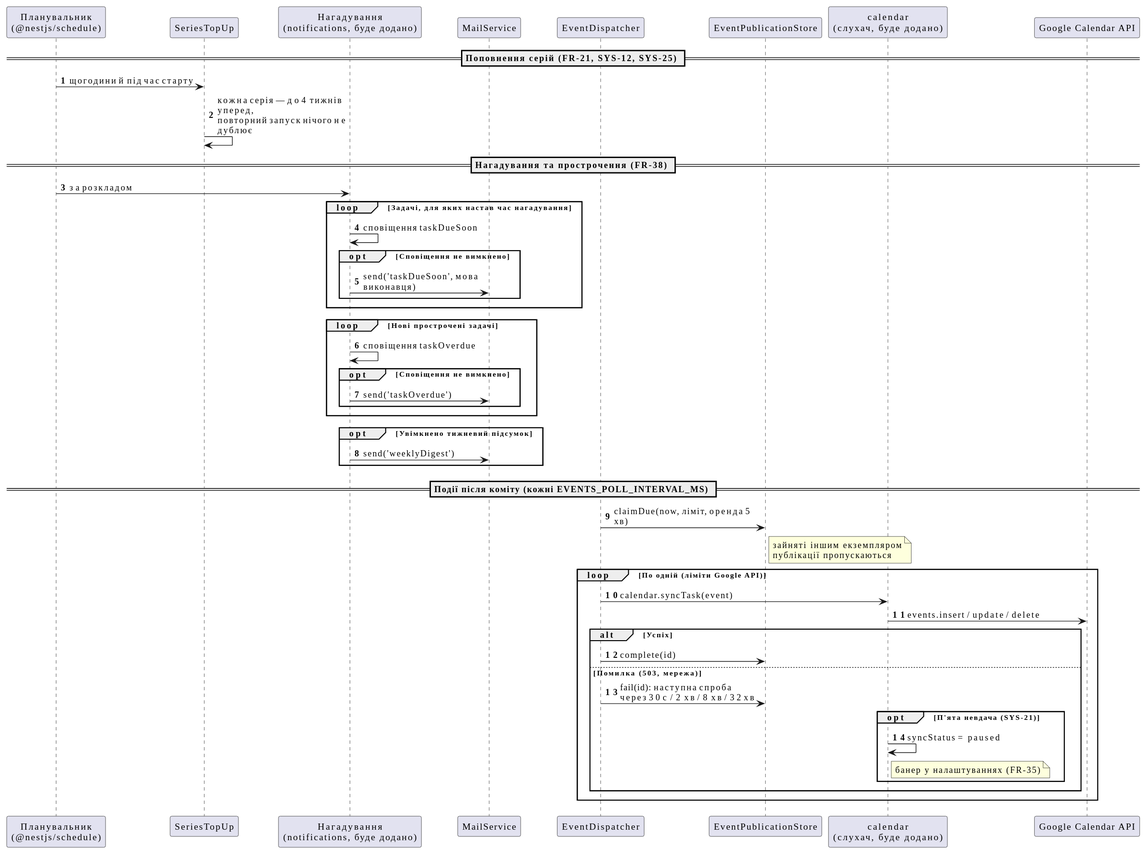
This is docs/diagrams/sequence/svg/sd-4-reminders-and-sync.svg from mzabrodin/Errandly, a PlantUML export, as it was before one commit. Source of this version:
```plantuml
@startuml
skinparam shadowing false
skinparam defaultFontName "Inter, Segoe UI, Arial"
skinparam maxMessageSize 220
skinparam ResponseMessageBelowArrow true
autonumber

participant "Планувальник\n(@nestjs/schedule)" as Cron
participant "SeriesTopUp" as TopUp
participant "Нагадування\n(notifications, буде додано)" as Reminders
participant "MailService" as Mail
participant "EventDispatcher" as Disp
participant "EventPublicationStore" as Store
participant "calendar\n(слухач, буде додано)" as Cal
participant "Google Calendar API" as Google

== Поповнення серій (FR-21, SYS-12, SYS-25) ==
Cron -> TopUp : щогодини й під час старту
TopUp -> TopUp : кожна серія — до 4 тижнів уперед,\nповторний запуск нічого не дублює

== Нагадування та прострочення (FR-38) ==
Cron -> Reminders : за розкладом
loop Задачі, для яких настав час нагадування
  Reminders -> Reminders : сповіщення taskDueSoon
  opt Сповіщення не вимкнено
    Reminders -> Mail : send('taskDueSoon', мова виконавця)
  end
end
loop Нові прострочені задачі
  Reminders -> Reminders : сповіщення taskOverdue
  opt Сповіщення не вимкнено
    Reminders -> Mail : send('taskOverdue')
  end
end
opt Увімкнено тижневий підсумок
  Reminders -> Mail : send('weeklyDigest')
end

== Події після коміту (кожні EVENTS_POLL_INTERVAL_MS) ==
Disp -> Store : claimDue(now, ліміт, оренда 5 хв)
note right of Store : зайняті іншим екземпляром\nпублікації пропускаються
loop По одній (ліміти Google API)
  Disp -> Cal : calendar.syncTask(event)
  Cal -> Google : events.insert / update / delete
  alt Успіх
    Disp -> Store : complete(id)
  else Помилка (503, мережа)
    Disp -> Store : fail(id): наступна спроба\nчерез 30 с / 2 хв / 8 хв / 32 хв
    opt П'ята невдача (SYS-21)
      Cal -> Cal : syncStatus = paused
      note right of Cal : банер у налаштуваннях (FR-35)
    end
  end
end
@enduml
```
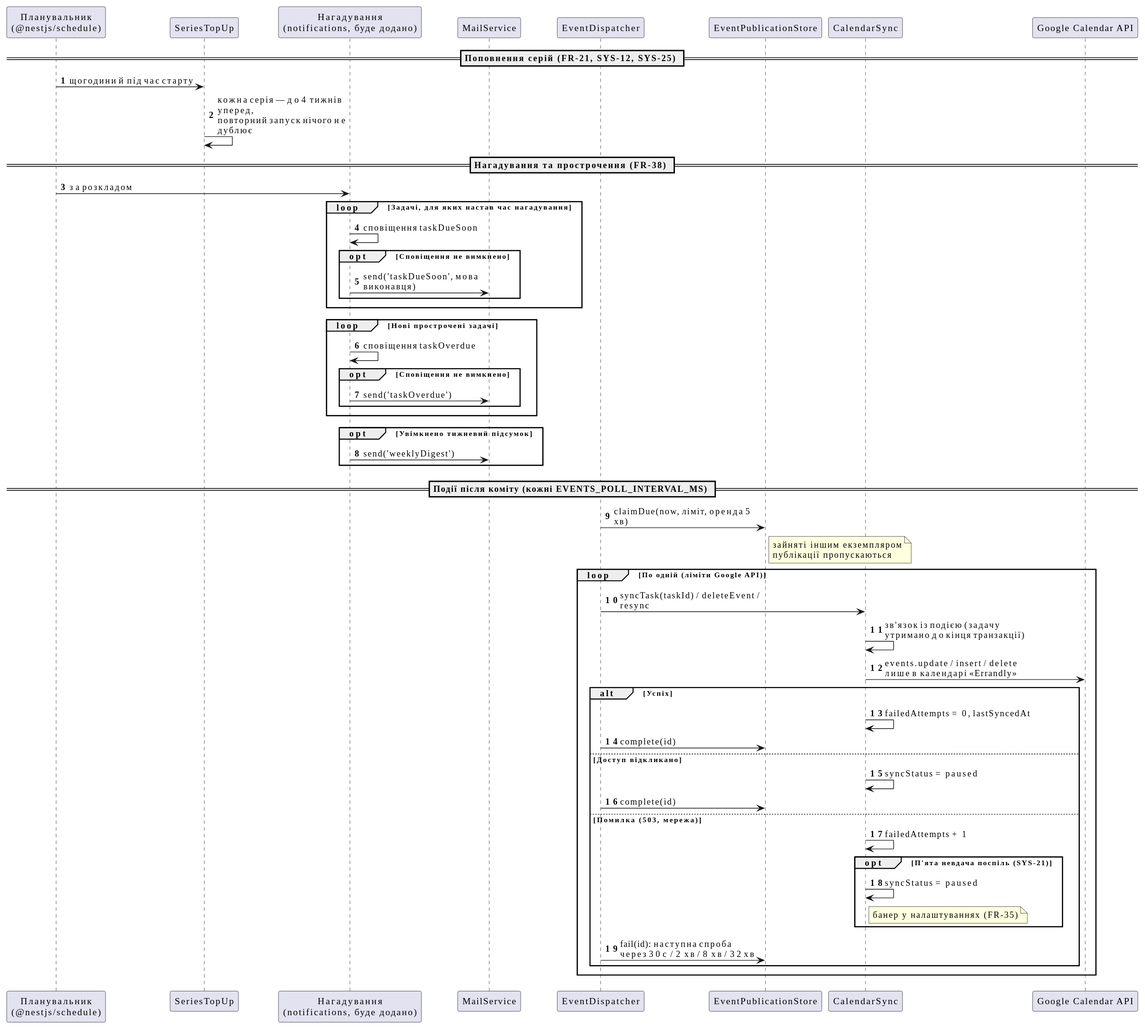
After the commit.

Change to the diagram source:
```diff
@@ -11,7 +11,7 @@
 participant "MailService" as Mail
 participant "EventDispatcher" as Disp
 participant "EventPublicationStore" as Store
-participant "calendar\n(слухач, буде додано)" as Cal
+participant "CalendarSync" as Cal
 participant "Google Calendar API" as Google
 
 == Поповнення серій (FR-21, SYS-12, SYS-25) ==
@@ -40,16 +40,22 @@
 Disp -> Store : claimDue(now, ліміт, оренда 5 хв)
 note right of Store : зайняті іншим екземпляром\nпублікації пропускаються
 loop По одній (ліміти Google API)
-  Disp -> Cal : calendar.syncTask(event)
-  Cal -> Google : events.insert / update / delete
+  Disp -> Cal : syncTask(taskId) / deleteEvent / resync
+  Cal -> Cal : зв'язок із подією (задачу утримано до кінця транзакції)
+  Cal -> Google : events.update / insert / delete\nлише в календарі «Errandly»
   alt Успіх
+    Cal -> Cal : failedAttempts = 0, lastSyncedAt
+    Disp -> Store : complete(id)
+  else Доступ відкликано
+    Cal -> Cal : syncStatus = paused
     Disp -> Store : complete(id)
   else Помилка (503, мережа)
-    Disp -> Store : fail(id): наступна спроба\nчерез 30 с / 2 хв / 8 хв / 32 хв
-    opt П'ята невдача (SYS-21)
+    Cal -> Cal : failedAttempts + 1
+    opt П'ята невдача поспіль (SYS-21)
       Cal -> Cal : syncStatus = paused
       note right of Cal : банер у налаштуваннях (FR-35)
     end
+    Disp -> Store : fail(id): наступна спроба\nчерез 30 с / 2 хв / 8 хв / 32 хв
   end
 end
 @enduml
```
